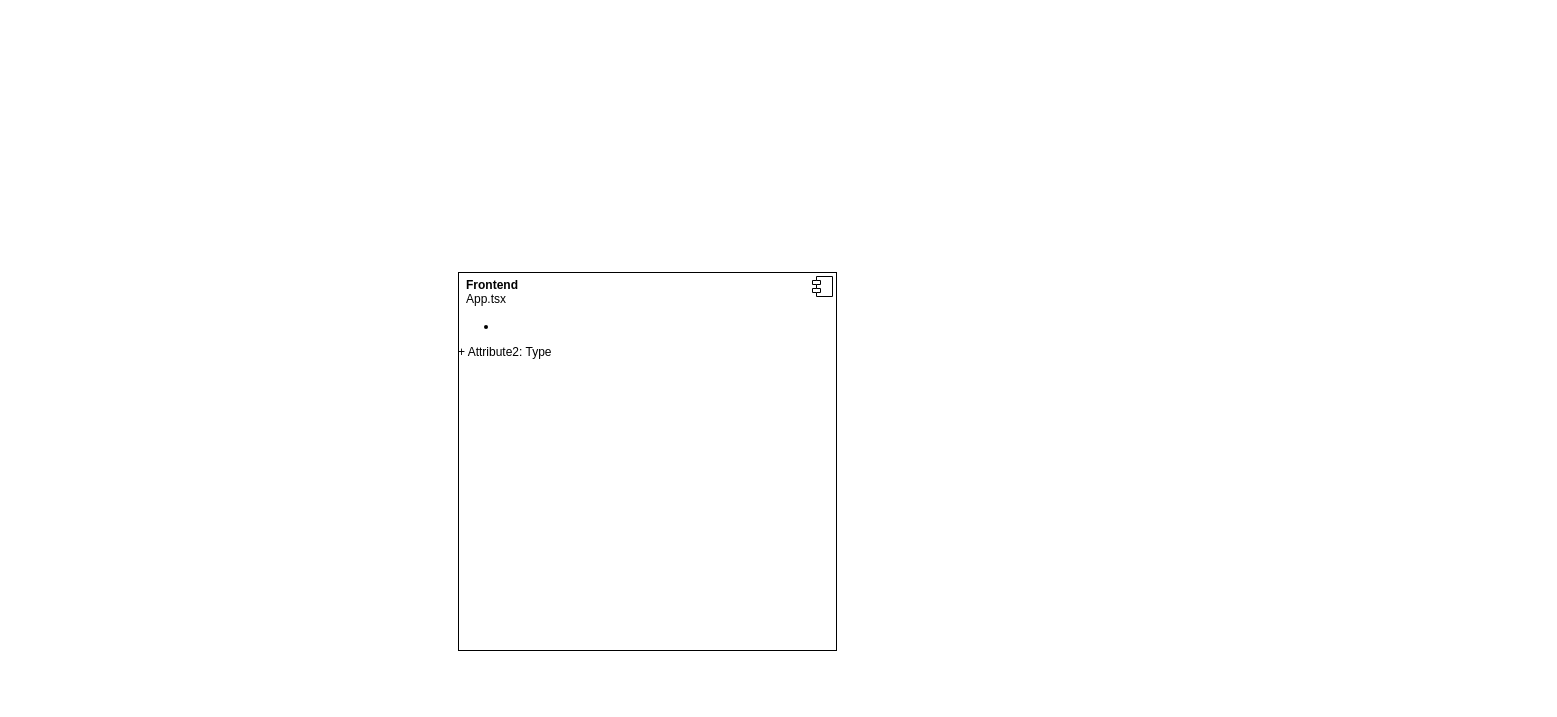
Above: page "Authentication Process" (2 of 2) of AIVIAN Showcase UI Architecture.drawio in mauriceschmetzer/Temp_Visual_Location (draw.io), before the change. Source tidied: cells renumbered, new cells numbered last; positions are measured from the earlier drawing's top-left corner, leaving out a move shared by most shapes. Both pictures are drawn from the tidied source at 100%, with x=0, y=0 at pixel (458, 272).
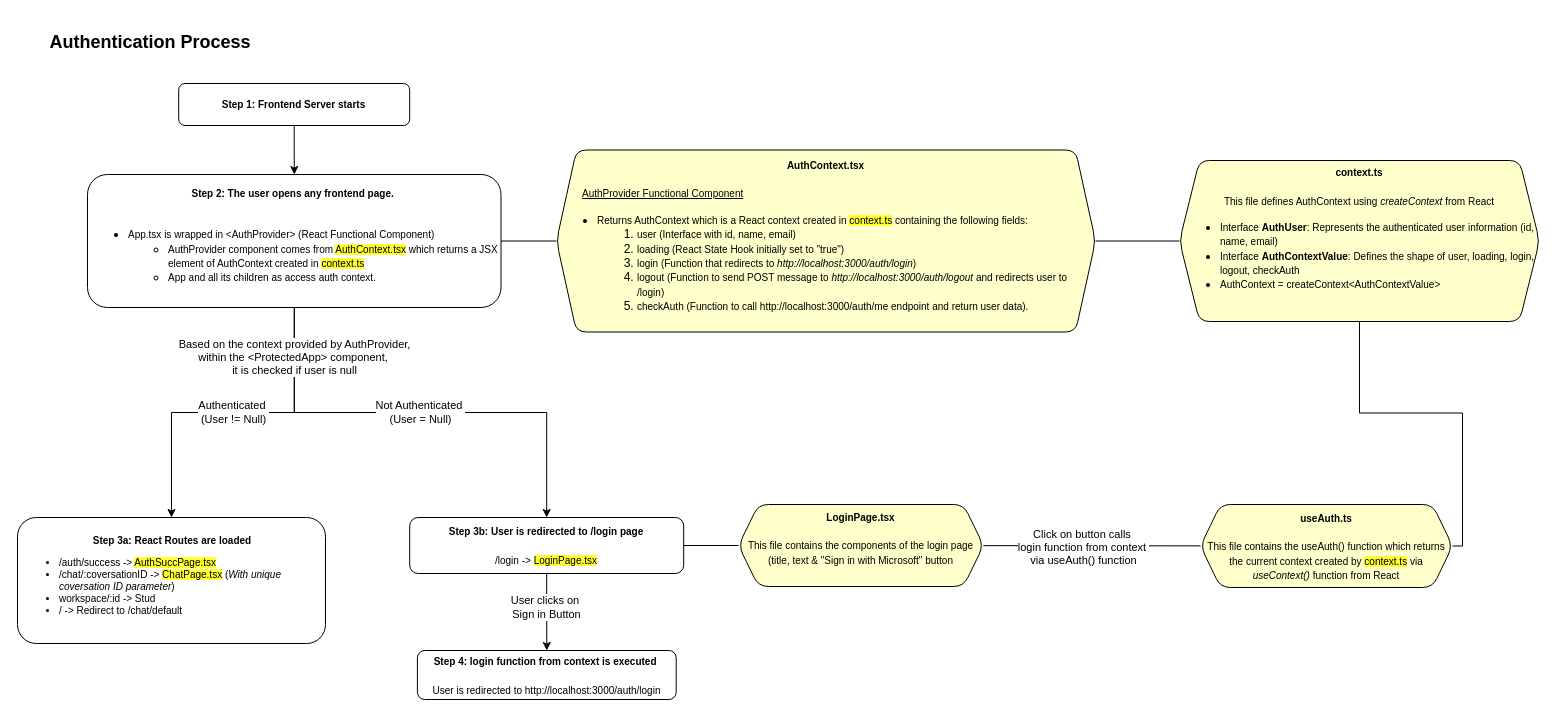
Above is the later version.

Diff of the diagram source:
```diff
@@
-    <mxCell id="2" value="&lt;p style=&quot;margin:0px;margin-top:6px;text-align:center;&quot;&gt;&lt;/p&gt;&lt;p style=&quot;margin:0px;margin-left:8px;&quot;&gt;&lt;b&gt;Frontend&lt;/b&gt;&lt;/p&gt;&lt;p style=&quot;margin:0px;margin-left:8px;&quot;&gt;App.tsx&lt;/p&gt;&lt;p style=&quot;margin:0px;margin-left:8px;&quot;&gt;&lt;/p&gt;&lt;ul&gt;&lt;li&gt;&lt;br&gt;&lt;/li&gt;&lt;/ul&gt;+ Attribute2: Type&lt;p&gt;&lt;/p&gt;" style="align=left;overflow=fill;html=1;whiteSpace=wrap;" parent="1" vertex="1">
-      <mxGeometry width="378" height="378" as="geometry" />
-    </mxCell>
-    <mxCell id="3" style="shape=component;jettyWidth=8;jettyHeight=4;" parent="2" vertex="1">
-      <mxGeometry x="1" width="20" height="20" relative="1" as="geometry">
-        <mxPoint x="-24" y="4" as="offset" />
-      </mxGeometry>
-    </mxCell>
+    <mxCell id="4" style="edgeStyle=orthogonalEdgeStyle;rounded=0;jettySize=auto;html=1;" parent="1" edge="1" source="5" target="10">
+      <mxGeometry relative="1" as="geometry" />
+    </mxCell>
+    <mxCell id="5" value="&lt;b&gt;&lt;font style=&quot;font-size: 10px;&quot;&gt;Step 1: Frontend Server starts&lt;/font&gt;&lt;/b&gt;" style="rounded=1;whiteSpace=wrap;html=1;align=center;" parent="1" vertex="1">
+      <mxGeometry x="-279.8" y="-189" width="231" height="42" as="geometry" />
+    </mxCell>
+    <mxCell id="6" style="rounded=0;jettySize=auto;html=1;endArrow=none;endFill=0;exitX=1;exitY=0.5;exitDx=0;exitDy=0;" parent="1" edge="1" source="10" target="13">
+      <mxGeometry relative="1" as="geometry" />
+    </mxCell>
+    <mxCell id="7" value="Authenticated&amp;nbsp;&lt;div&gt;(User != Null)&lt;/div&gt;" style="edgeStyle=orthogonalEdgeStyle;rounded=0;jettySize=auto;html=1;" parent="1" edge="1" source="10" target="14">
+      <mxGeometry relative="1" as="geometry" />
+    </mxCell>
+    <mxCell id="8" value="Not Authenticated&amp;nbsp;&lt;div&gt;(User = Null)&lt;/div&gt;" style="edgeStyle=orthogonalEdgeStyle;rounded=0;jettySize=auto;html=1;" parent="1" edge="1" source="10" target="17">
+      <mxGeometry relative="1" as="geometry" />
+    </mxCell>
+    <mxCell id="9" value="Based on the context provided by AuthProvider,&lt;div&gt;within the &amp;lt;ProtectedApp&amp;gt; component,&amp;nbsp;&lt;/div&gt;&lt;div&gt;it is checked if user is null&lt;/div&gt;" style="edgeLabel;html=1;align=center;verticalAlign=middle;" parent="8" vertex="1">
+      <mxGeometry x="-0.79" relative="1" as="geometry" />
+    </mxCell>
+    <mxCell id="10" value="&lt;div style=&quot;&quot;&gt;&lt;span style=&quot;background-color: transparent; color: light-dark(rgb(0, 0, 0), rgb(255, 255, 255));&quot;&gt;&lt;b&gt;&lt;font style=&quot;font-size: 10px;&quot;&gt;Step 2: The user opens any frontend page.&amp;nbsp;&lt;/font&gt;&lt;/b&gt;&lt;/span&gt;&lt;/div&gt;&lt;div&gt;&lt;font style=&quot;font-size: 10px;&quot;&gt;&lt;br&gt;&lt;/font&gt;&lt;/div&gt;&lt;div style=&quot;&quot;&gt;&lt;ul&gt;&lt;li style=&quot;text-align: left;&quot;&gt;&lt;font style=&quot;font-size: 10px;&quot;&gt;App.tsx is wrapped in &amp;lt;AuthProvider&amp;gt; (React Functional Component)&lt;/font&gt;&lt;/li&gt;&lt;ul&gt;&lt;li style=&quot;text-align: left;&quot;&gt;&lt;font style=&quot;font-size: 10px;&quot;&gt;AuthProvider component comes from &lt;span style=&quot;background-color: rgb(255, 255, 51);&quot;&gt;AuthContext.tsx&lt;/span&gt; which returns a JSX element of AuthContext created in &lt;span style=&quot;background-color: rgb(255, 255, 51);&quot;&gt;context.ts&lt;/span&gt;&lt;/font&gt;&lt;/li&gt;&lt;li style=&quot;text-align: left;&quot;&gt;&lt;font style=&quot;font-size: 10px;&quot;&gt;App and all its children as access auth context.&lt;/font&gt;&lt;/li&gt;&lt;/ul&gt;&lt;/ul&gt;&lt;/div&gt;" style="whiteSpace=wrap;html=1;rounded=1;" parent="1" vertex="1">
+      <mxGeometry x="-371" y="-98" width="413.5" height="133" as="geometry" />
+    </mxCell>
+    <mxCell id="11" value="&lt;h2&gt;Authentication Process&lt;/h2&gt;" style="text;html=1;whiteSpace=wrap;strokeColor=none;fillColor=none;align=center;verticalAlign=middle;rounded=0;" parent="1" vertex="1">
+      <mxGeometry x="-420" y="-245" width="224" height="30" as="geometry" />
+    </mxCell>
+    <mxCell id="12" style="edgeStyle=orthogonalEdgeStyle;rounded=0;jettySize=auto;html=1;endArrow=none;endFill=0;" parent="1" edge="1" source="13" target="18">
+      <mxGeometry relative="1" as="geometry" />
+    </mxCell>
+    <mxCell id="13" value="&lt;font style=&quot;font-size: 10px;&quot;&gt;&lt;b&gt;AuthContext.tsx&lt;/b&gt;&lt;/font&gt;&lt;div&gt;&lt;font style=&quot;font-size: 10px;&quot;&gt;&lt;br&gt;&lt;/font&gt;&lt;/div&gt;&lt;div style=&quot;text-align: left;&quot;&gt;&lt;font style=&quot;font-size: 10px;&quot;&gt;&amp;nbsp; &amp;nbsp; &amp;nbsp; &amp;nbsp; &amp;nbsp;&lt;u&gt;AuthProvider Functional Component&lt;/u&gt;&lt;/font&gt;&lt;/div&gt;&lt;div&gt;&lt;ul&gt;&lt;li style=&quot;text-align: left;&quot;&gt;&lt;font style=&quot;font-size: 10px;&quot;&gt;Returns AuthContext which is a React context created in &lt;span style=&quot;background-color: rgb(255, 255, 51);&quot;&gt;context.ts&lt;/span&gt; containing the following fields:&lt;/font&gt;&lt;/li&gt;&lt;ol&gt;&lt;li style=&quot;text-align: left;&quot;&gt;&lt;font style=&quot;font-size: 10px;&quot;&gt;user (Interface with id, name, email)&lt;/font&gt;&lt;/li&gt;&lt;li style=&quot;text-align: left;&quot;&gt;&lt;font style=&quot;font-size: 10px;&quot;&gt;loading (React State Hook initially set to &quot;true&quot;)&lt;/font&gt;&lt;/li&gt;&lt;li style=&quot;text-align: left;&quot;&gt;&lt;font style=&quot;font-size: 10px;&quot;&gt;login (Function that redirects to &lt;i style=&quot;&quot;&gt;http://localhost:3000/auth/login&lt;/i&gt;)&lt;/font&gt;&lt;/li&gt;&lt;li style=&quot;text-align: left;&quot;&gt;&lt;span style=&quot;font-size: 10px;&quot;&gt;logout (Function to send POST message to &lt;i&gt;http://localhost:3000/auth/logout&lt;/i&gt; and redirects user to /login)&lt;/span&gt;&lt;/li&gt;&lt;li style=&quot;text-align: left;&quot;&gt;&lt;span style=&quot;font-size: 10px;&quot;&gt;checkAuth (Function to call http://localhost:3000/auth/me endpoint and return user data).&amp;nbsp;&lt;/span&gt;&lt;/li&gt;&lt;/ol&gt;&lt;/ul&gt;&lt;/div&gt;" style="shape=hexagon;perimeter=hexagonPerimeter2;whiteSpace=wrap;html=1;fixedSize=1;rounded=1;fillColor=#FFFFCC;" parent="1" vertex="1">
+      <mxGeometry x="98" y="-122.5" width="539" height="182" as="geometry" />
+    </mxCell>
+    <mxCell id="14" value="&lt;div style=&quot;text-align: center;&quot;&gt;&lt;span style=&quot;background-color: transparent; color: light-dark(rgb(0, 0, 0), rgb(255, 255, 255));&quot;&gt;&lt;b&gt;Step 3a: React Routes are loaded&lt;/b&gt;&lt;/span&gt;&lt;/div&gt;&lt;div&gt;&lt;ul&gt;&lt;li&gt;/auth/success -&amp;gt; &lt;span style=&quot;background-color: rgb(255, 255, 51);&quot;&gt;AuthSuccPage.tsx&lt;/span&gt;&lt;/li&gt;&lt;li&gt;/chat/:coversationID -&amp;gt; &lt;span style=&quot;background-color: rgb(255, 255, 51);&quot;&gt;ChatPage.tsx&lt;/span&gt; (&lt;i&gt;With unique coversation ID parameter&lt;/i&gt;)&lt;/li&gt;&lt;li&gt;workspace/:id -&amp;gt; Stud&lt;/li&gt;&lt;li&gt;/ -&amp;gt; Redirect to /chat/default&lt;/li&gt;&lt;/ul&gt;&lt;/div&gt;" style="whiteSpace=wrap;html=1;rounded=1;fontSize=10;align=left;" parent="1" vertex="1">
+      <mxGeometry x="-441" y="245" width="308" height="126" as="geometry" />
+    </mxCell>
+    <mxCell id="15" style="edgeStyle=orthogonalEdgeStyle;rounded=0;jettySize=auto;html=1;" parent="1" edge="1" source="17" target="23">
+      <mxGeometry relative="1" as="geometry" />
+    </mxCell>
+    <mxCell id="16" value="User clicks on&amp;nbsp;&lt;div&gt;Sign in Button&lt;/div&gt;" style="edgeLabel;html=1;align=center;verticalAlign=middle;" parent="15" vertex="1">
+      <mxGeometry x="-0.15" y="-1" relative="1" as="geometry" />
+    </mxCell>
+    <mxCell id="17" value="&lt;font style=&quot;font-size: 10px;&quot;&gt;&lt;b&gt;Step 3b: User is redirected to /login page&lt;/b&gt;&lt;/font&gt;&lt;div&gt;&lt;font style=&quot;font-size: 10px;&quot;&gt;&lt;b&gt;&lt;br&gt;&lt;/b&gt;&lt;/font&gt;&lt;/div&gt;&lt;div&gt;&lt;span style=&quot;font-size: 10px;&quot;&gt;/login -&amp;gt; &lt;span style=&quot;background-color: rgb(255, 255, 51);&quot;&gt;LoginPage.tsx&lt;/span&gt;&lt;/span&gt;&lt;/div&gt;" style="whiteSpace=wrap;html=1;rounded=1;" parent="1" vertex="1">
+      <mxGeometry x="-48.8" y="245" width="274" height="56" as="geometry" />
+    </mxCell>
+    <mxCell id="18" value="&lt;font style=&quot;font-size: 10px;&quot;&gt;&lt;b&gt;context.ts&lt;/b&gt;&lt;/font&gt;&lt;div&gt;&lt;font style=&quot;font-size: 10px;&quot;&gt;&lt;b&gt;&lt;br&gt;&lt;/b&gt;&lt;/font&gt;&lt;/div&gt;&lt;div&gt;&lt;font style=&quot;font-size: 10px;&quot;&gt;This file defines AuthContext using &lt;i&gt;createContext &lt;/i&gt;from React&lt;/font&gt;&lt;/div&gt;&lt;div&gt;&lt;ul&gt;&lt;li style=&quot;text-align: left;&quot;&gt;&lt;font style=&quot;font-size: 10px;&quot;&gt;Interface &lt;b&gt;AuthUser&lt;/b&gt;: Represents the authenticated user information (id, name, email)&lt;/font&gt;&lt;/li&gt;&lt;li style=&quot;text-align: left;&quot;&gt;&lt;span style=&quot;font-size: 10px;&quot;&gt;Interface &lt;b&gt;AuthContextValue&lt;/b&gt;: Defines the shape of user, loading, login, logout, checkAuth&lt;/span&gt;&lt;/li&gt;&lt;li style=&quot;text-align: left;&quot;&gt;&lt;span style=&quot;font-size: 10px;&quot;&gt;AuthContext = createContext&amp;lt;AuthContextValue&amp;gt;&lt;/span&gt;&lt;/li&gt;&lt;/ul&gt;&lt;/div&gt;&lt;div style=&quot;text-align: left;&quot;&gt;&lt;font style=&quot;font-size: 10px;&quot;&gt;&lt;br&gt;&lt;/font&gt;&lt;/div&gt;" style="shape=hexagon;perimeter=hexagonPerimeter2;whiteSpace=wrap;html=1;fixedSize=1;fillColor=#FFFFCC;rounded=1;" parent="1" vertex="1">
+      <mxGeometry x="721" y="-112" width="360" height="161" as="geometry" />
+    </mxCell>
+    <mxCell id="19" style="edgeStyle=orthogonalEdgeStyle;rounded=0;jettySize=auto;html=1;endArrow=none;endFill=0;" parent="1" edge="1" source="22" target="17">
+      <mxGeometry relative="1" as="geometry" />
+    </mxCell>
+    <mxCell id="20" style="rounded=0;jettySize=auto;html=1;endArrow=none;endFill=0;" parent="1" edge="1" source="22" target="24">
+      <mxGeometry relative="1" as="geometry" />
+    </mxCell>
+    <mxCell id="21" value="Click on button calls&amp;nbsp;&lt;div&gt;login function from context&amp;nbsp;&lt;/div&gt;&lt;div&gt;via useAuth() function&lt;/div&gt;" style="edgeLabel;html=1;align=center;verticalAlign=middle;" parent="20" vertex="1">
+      <mxGeometry x="-0.08" y="-1" relative="1" as="geometry" />
+    </mxCell>
+    <mxCell id="22" value="&lt;div style=&quot;&quot;&gt;&lt;b style=&quot;background-color: transparent; color: light-dark(rgb(0, 0, 0), rgb(255, 255, 255));&quot;&gt;&lt;font style=&quot;font-size: 10px;&quot;&gt;LoginPage.tsx&lt;/font&gt;&lt;/b&gt;&lt;/div&gt;&lt;div style=&quot;&quot;&gt;&lt;font style=&quot;font-size: 10px;&quot;&gt;&lt;br&gt;&lt;/font&gt;&lt;/div&gt;&lt;div style=&quot;&quot;&gt;&lt;font style=&quot;font-size: 10px;&quot;&gt;This file contains the components of the login page (title, text &amp;amp; &quot;Sign in with Microsoft&quot; button&lt;/font&gt;&lt;/div&gt;&lt;div&gt;&lt;br&gt;&lt;/div&gt;" style="shape=hexagon;perimeter=hexagonPerimeter2;whiteSpace=wrap;html=1;fixedSize=1;rounded=1;fillColor=#FFFFCC;" parent="1" vertex="1">
+      <mxGeometry x="280" y="232" width="245" height="82" as="geometry" />
+    </mxCell>
+    <mxCell id="23" value="&lt;b&gt;&lt;font style=&quot;font-size: 10px;&quot;&gt;Step 4: login function from context is executed&amp;nbsp;&lt;/font&gt;&lt;/b&gt;&lt;div&gt;&lt;b&gt;&lt;font style=&quot;font-size: 10px;&quot;&gt;&lt;br&gt;&lt;/font&gt;&lt;/b&gt;&lt;/div&gt;&lt;div&gt;&lt;font style=&quot;font-size: 10px;&quot;&gt;User is redirected to http://localhost:3000/auth/login&lt;/font&gt;&lt;/div&gt;" style="whiteSpace=wrap;html=1;rounded=1;" parent="1" vertex="1">
+      <mxGeometry x="-41.1" y="378" width="258.8" height="49" as="geometry" />
+    </mxCell>
+    <mxCell id="24" value="&lt;font style=&quot;font-size: 10px;&quot;&gt;&lt;b&gt;useAuth.ts&lt;/b&gt;&lt;/font&gt;&lt;div&gt;&lt;font style=&quot;font-size: 10px;&quot;&gt;&lt;br&gt;&lt;/font&gt;&lt;/div&gt;&lt;div&gt;&lt;font style=&quot;font-size: 10px;&quot;&gt;This file contains the useAuth() function which returns the current context created by &lt;span style=&quot;background-color: rgb(255, 255, 51);&quot;&gt;context.ts&lt;/span&gt;&lt;/font&gt;&lt;span style=&quot;font-size: 10px; background-color: transparent; color: light-dark(rgb(0, 0, 0), rgb(255, 255, 255));&quot;&gt;&amp;nbsp;via &lt;i&gt;useContext() &lt;/i&gt;function from React&lt;/span&gt;&lt;/div&gt;" style="shape=hexagon;perimeter=hexagonPerimeter2;whiteSpace=wrap;html=1;fixedSize=1;fillColor=#FFFFCC;rounded=1;" parent="1" vertex="1">
+      <mxGeometry x="742" y="232" width="252" height="83" as="geometry" />
+    </mxCell>
+    <mxCell id="25" style="endArrow=none;html=1;rounded=0;exitX=1;exitY=0.5;exitDx=0;exitDy=0;edgeStyle=orthogonalEdgeStyle;" parent="1" edge="1" source="24" target="18">
+      <mxGeometry relative="1" as="geometry" />
+    </mxCell>
```
